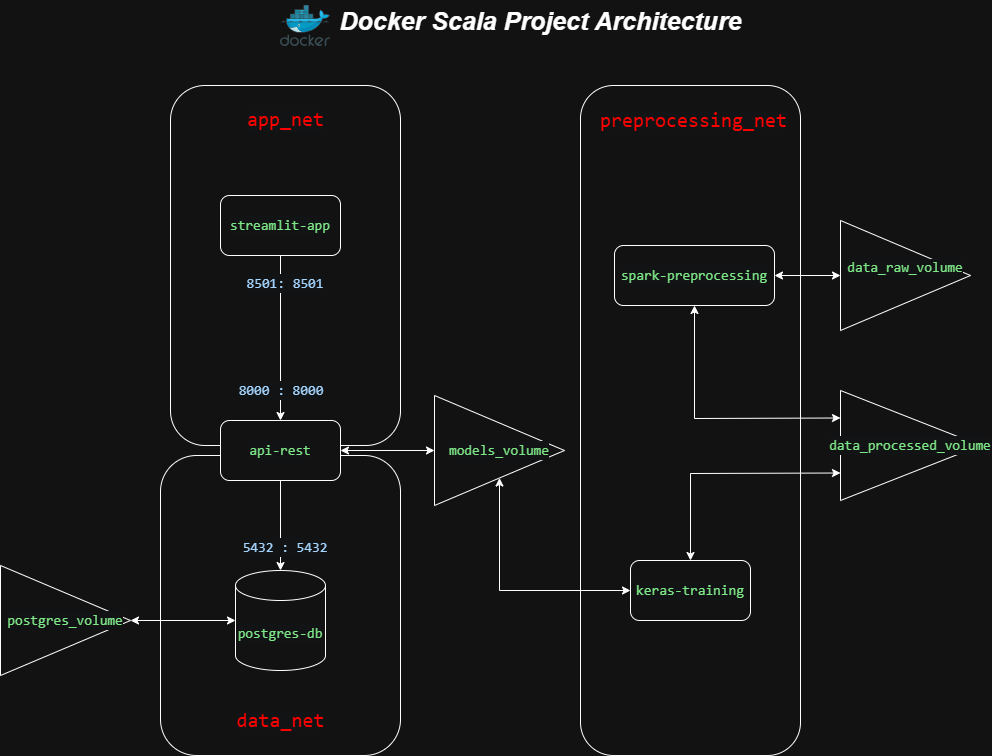
Above: archi.drawio.png in Anis-adjaoud/docker-scala-project (draw.io), before the change. Source tidied: cells renumbered, new cells last; positions are measured from the earlier drawing's top-left corner, leaving out a move shared by most shapes.
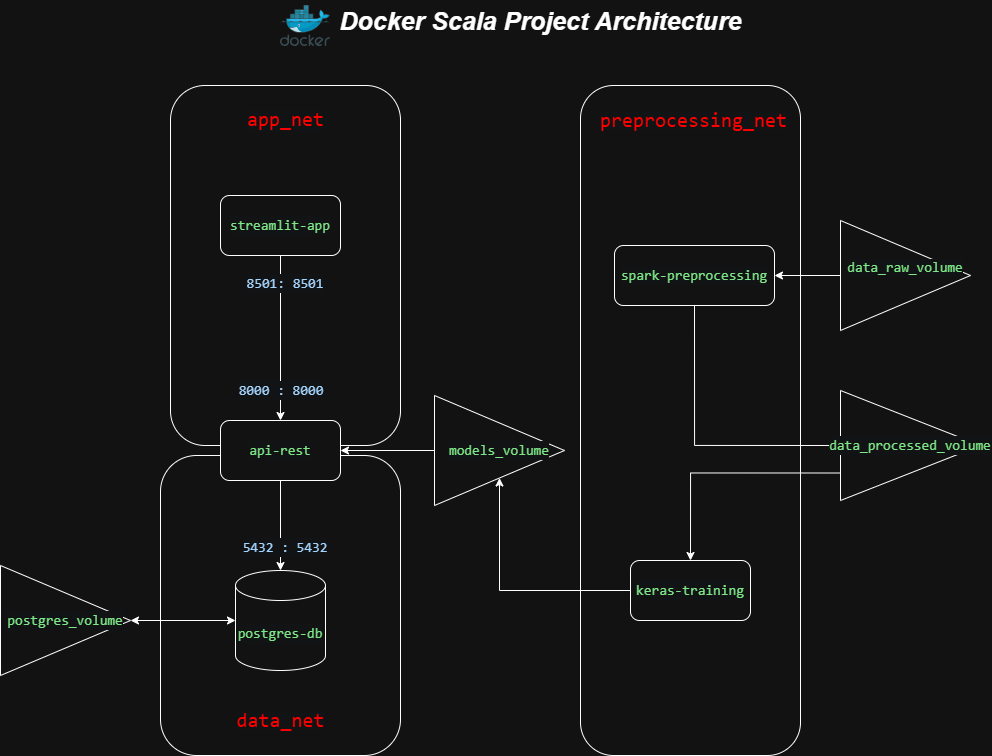
The same diagram one commit later.

What changed in the source:
```diff
@@ -11,6 +11,9 @@
     <mxCell id="4" style="rounded=1;whiteSpace=wrap;html=1;" parent="1" vertex="1">
       <mxGeometry x="580" y="85" width="220" height="670" as="geometry" />
     </mxCell>
+    <mxCell id="30" style="edgeStyle=orthogonalEdgeStyle;rounded=0;jettySize=auto;html=1;exitX=0;exitY=0.5;exitDx=0;exitDy=0;" parent="1" edge="1" source="5" target="15">
+      <mxGeometry relative="1" as="geometry" />
+    </mxCell>
     <mxCell id="5" value="&lt;div style=&quot;color: rgb(187, 190, 191); background-color: rgb(18, 19, 20); font-family: Consolas, &amp;quot;Courier New&amp;quot;, monospace; font-size: 14px; line-height: 19px; white-space: pre;&quot;&gt;&lt;span style=&quot;color: #7ee787;&quot;&gt;keras-training&lt;/span&gt;&lt;/div&gt;" style="rounded=1;whiteSpace=wrap;html=1;" parent="1" vertex="1">
       <mxGeometry x="630" y="560" width="120" height="60" as="geometry" />
     </mxCell>
@@ -26,6 +29,9 @@
     <mxCell id="9" value="&lt;div style=&quot;color: rgb(187, 190, 191); background-color: rgb(18, 19, 20); font-family: Consolas, &amp;quot;Courier New&amp;quot;, monospace; font-size: 14px; line-height: 19px; white-space: pre;&quot;&gt;&lt;span style=&quot;color: #7ee787;&quot;&gt;api-rest&lt;/span&gt;&lt;/div&gt;" style="rounded=1;whiteSpace=wrap;html=1;" parent="1" vertex="1">
       <mxGeometry x="220" y="420" width="120" height="60" as="geometry" />
     </mxCell>
+    <mxCell id="31" style="edgeStyle=orthogonalEdgeStyle;rounded=0;jettySize=auto;html=1;exitX=0.5;exitY=1;exitDx=0;exitDy=0;entryX=0;entryY=0.5;entryDx=0;entryDy=0;" parent="1" edge="1" source="10" target="14">
+      <mxGeometry relative="1" as="geometry" />
+    </mxCell>
     <mxCell id="10" value="&lt;div style=&quot;color: rgb(187, 190, 191); background-color: rgb(18, 19, 20); font-family: Consolas, &amp;quot;Courier New&amp;quot;, monospace; font-size: 14px; line-height: 19px; white-space: pre;&quot;&gt;&lt;div style=&quot;line-height: 19px;&quot;&gt;&lt;span style=&quot;color: #7ee787;&quot;&gt;spark-preprocessing&lt;/span&gt;&lt;/div&gt;&lt;/div&gt;" style="rounded=1;whiteSpace=wrap;html=1;" parent="1" vertex="1">
       <mxGeometry x="614" y="245" width="160" height="60" as="geometry" />
     </mxCell>
@@ -35,12 +41,21 @@
     <mxCell id="12" value="&lt;font style=&quot;font-size: 25px;&quot;&gt;Docker Scala Project Architecture&lt;/font&gt;" style="text;html=1;whiteSpace=wrap;strokeColor=none;fillColor=none;align=center;verticalAlign=middle;rounded=0;strokeWidth=2;fontStyle=3;fontSize=18;" parent="1" vertex="1">
       <mxGeometry x="309" width="462.5" height="40" as="geometry" />
     </mxCell>
+    <mxCell id="32" style="edgeStyle=orthogonalEdgeStyle;rounded=0;jettySize=auto;html=1;" parent="1" edge="1" source="13" target="10">
+      <mxGeometry relative="1" as="geometry" />
+    </mxCell>
     <mxCell id="13" value="&#10;&lt;span style=&quot;color: rgb(126, 231, 135); font-family: Consolas, &amp;quot;Courier New&amp;quot;, monospace; font-size: 14px; font-style: normal; font-variant-ligatures: normal; font-variant-caps: normal; font-weight: 400; letter-spacing: normal; orphans: 2; text-align: center; text-indent: 0px; text-transform: none; widows: 2; word-spacing: 0px; -webkit-text-stroke-width: 0px; white-space: pre; background-color: rgb(18, 19, 20); text-decoration-thickness: initial; text-decoration-style: initial; text-decoration-color: initial; display: inline !important; float: none;&quot;&gt;data_raw_volume&lt;/span&gt;&#10;&#10;" style="triangle;whiteSpace=wrap;html=1;rotation=0;" parent="1" vertex="1">
       <mxGeometry x="840" y="220" width="130" height="110" as="geometry" />
     </mxCell>
+    <mxCell id="33" style="edgeStyle=orthogonalEdgeStyle;rounded=0;jettySize=auto;html=1;exitX=0;exitY=0.75;exitDx=0;exitDy=0;entryX=0.5;entryY=0;entryDx=0;entryDy=0;" parent="1" edge="1" source="14" target="5">
+      <mxGeometry relative="1" as="geometry" />
+    </mxCell>
     <mxCell id="14" value="&lt;div style=&quot;color: rgb(187, 190, 191); background-color: rgb(18, 19, 20); font-family: Consolas, &amp;quot;Courier New&amp;quot;, monospace; font-size: 14px; line-height: 19px; white-space: pre;&quot;&gt;&lt;span style=&quot;color: #7ee787;&quot;&gt;data_processed_volume&lt;/span&gt;&lt;/div&gt;" style="triangle;whiteSpace=wrap;html=1;rotation=0;" parent="1" vertex="1">
       <mxGeometry x="840" y="390" width="140" height="110" as="geometry" />
     </mxCell>
+    <mxCell id="34" style="edgeStyle=orthogonalEdgeStyle;rounded=0;jettySize=auto;html=1;" parent="1" edge="1" source="15" target="9">
+      <mxGeometry relative="1" as="geometry" />
+    </mxCell>
     <mxCell id="15" value="&lt;div style=&quot;color: rgb(187, 190, 191); background-color: rgb(18, 19, 20); font-family: Consolas, &amp;quot;Courier New&amp;quot;, monospace; font-size: 14px; line-height: 19px; white-space: pre;&quot;&gt;&lt;span style=&quot;color: #7ee787;&quot;&gt;models_volume&lt;/span&gt;&lt;/div&gt;" style="triangle;whiteSpace=wrap;html=1;rotation=0;" parent="1" vertex="1">
       <mxGeometry x="434" y="395" width="130" height="110" as="geometry" />
     </mxCell>
@@ -71,32 +86,5 @@
     <mxCell id="24" style="endArrow=classic;startArrow=classic;html=1;rounded=0;entryX=1;entryY=0.5;entryDx=0;entryDy=0;exitX=0;exitY=0.5;exitDx=0;exitDy=0;exitPerimeter=0;" parent="1" edge="1" source="11" target="23">
       <mxGeometry relative="1" as="geometry" />
     </mxCell>
-    <mxCell id="25" style="endArrow=classic;startArrow=classic;html=1;rounded=0;exitX=1;exitY=0.5;exitDx=0;exitDy=0;entryX=0;entryY=0.5;entryDx=0;entryDy=0;" parent="1" edge="1" source="10" target="13">
-      <mxGeometry relative="1" as="geometry" />
-    </mxCell>
-    <mxCell id="26" style="endArrow=classic;startArrow=classic;html=1;rounded=0;exitX=0.5;exitY=0;exitDx=0;exitDy=0;entryX=0;entryY=0.75;entryDx=0;entryDy=0;" parent="1" edge="1" source="5" target="14">
-      <mxGeometry relative="1" as="geometry">
-        <Array as="points">
-          <mxPoint x="690" y="473" />
-        </Array>
-      </mxGeometry>
-    </mxCell>
-    <mxCell id="27" style="endArrow=classic;startArrow=classic;html=1;rounded=0;exitX=0.5;exitY=1;exitDx=0;exitDy=0;entryX=0;entryY=0.5;entryDx=0;entryDy=0;" parent="1" edge="1" source="15" target="5">
-      <mxGeometry relative="1" as="geometry">
-        <Array as="points">
-          <mxPoint x="499" y="590" />
-        </Array>
-      </mxGeometry>
-    </mxCell>
-    <mxCell id="28" style="endArrow=classic;startArrow=classic;html=1;rounded=0;exitX=1;exitY=0.5;exitDx=0;exitDy=0;entryX=0;entryY=0.5;entryDx=0;entryDy=0;" parent="1" edge="1" source="9" target="15">
-      <mxGeometry relative="1" as="geometry" />
-    </mxCell>
-    <mxCell id="29" style="endArrow=classic;startArrow=classic;html=1;rounded=0;entryX=0.5;entryY=1;entryDx=0;entryDy=0;exitX=0;exitY=0.25;exitDx=0;exitDy=0;" parent="1" edge="1" source="14" target="10">
-      <mxGeometry relative="1" as="geometry">
-        <Array as="points">
-          <mxPoint x="694" y="418" />
-        </Array>
-      </mxGeometry>
-    </mxCell>
   </root>
 </mxGraphModel>
```
